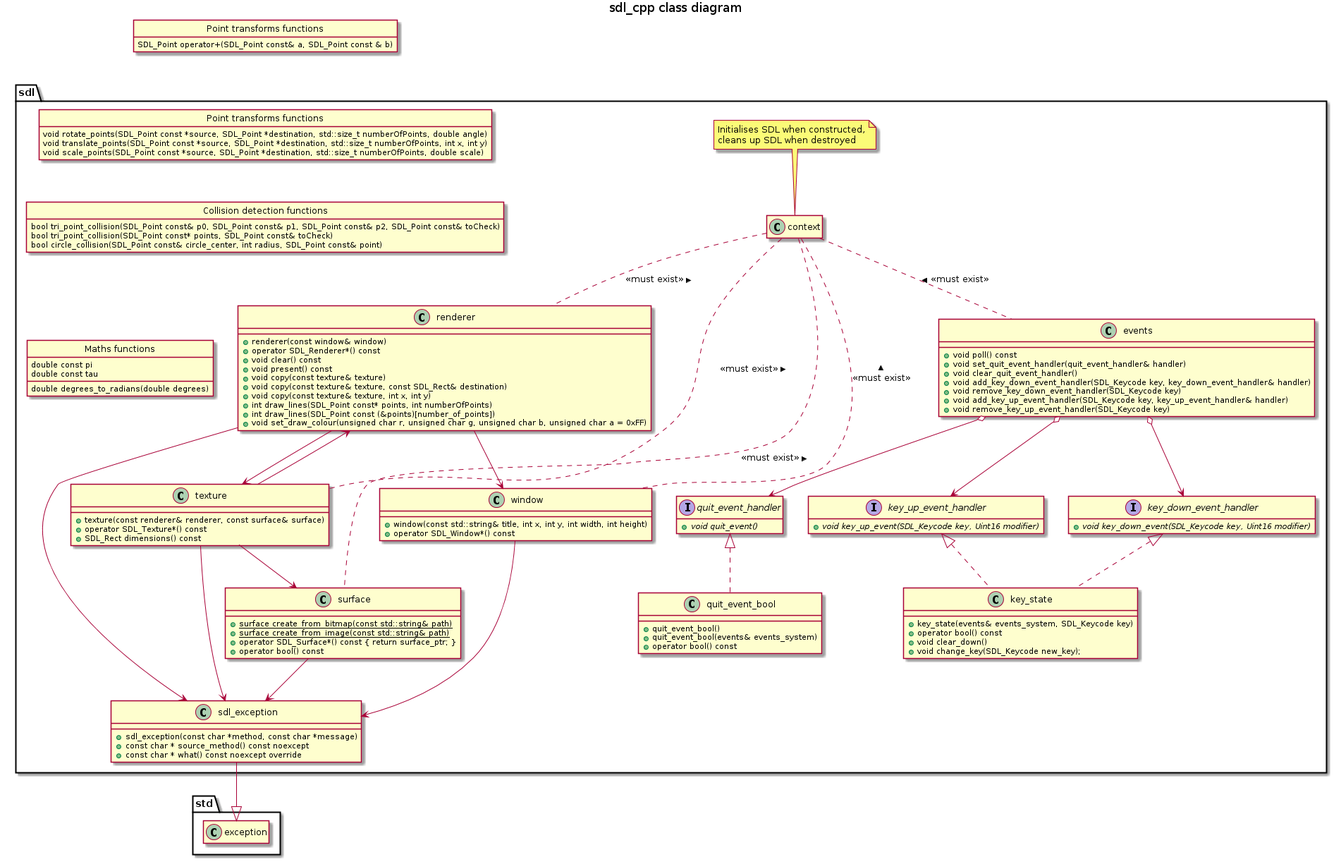
Above: sdl_cpp-class-diagram.png in hiddeninplainsight/sdl_cpp_wrapper (PlantUML), before the change.
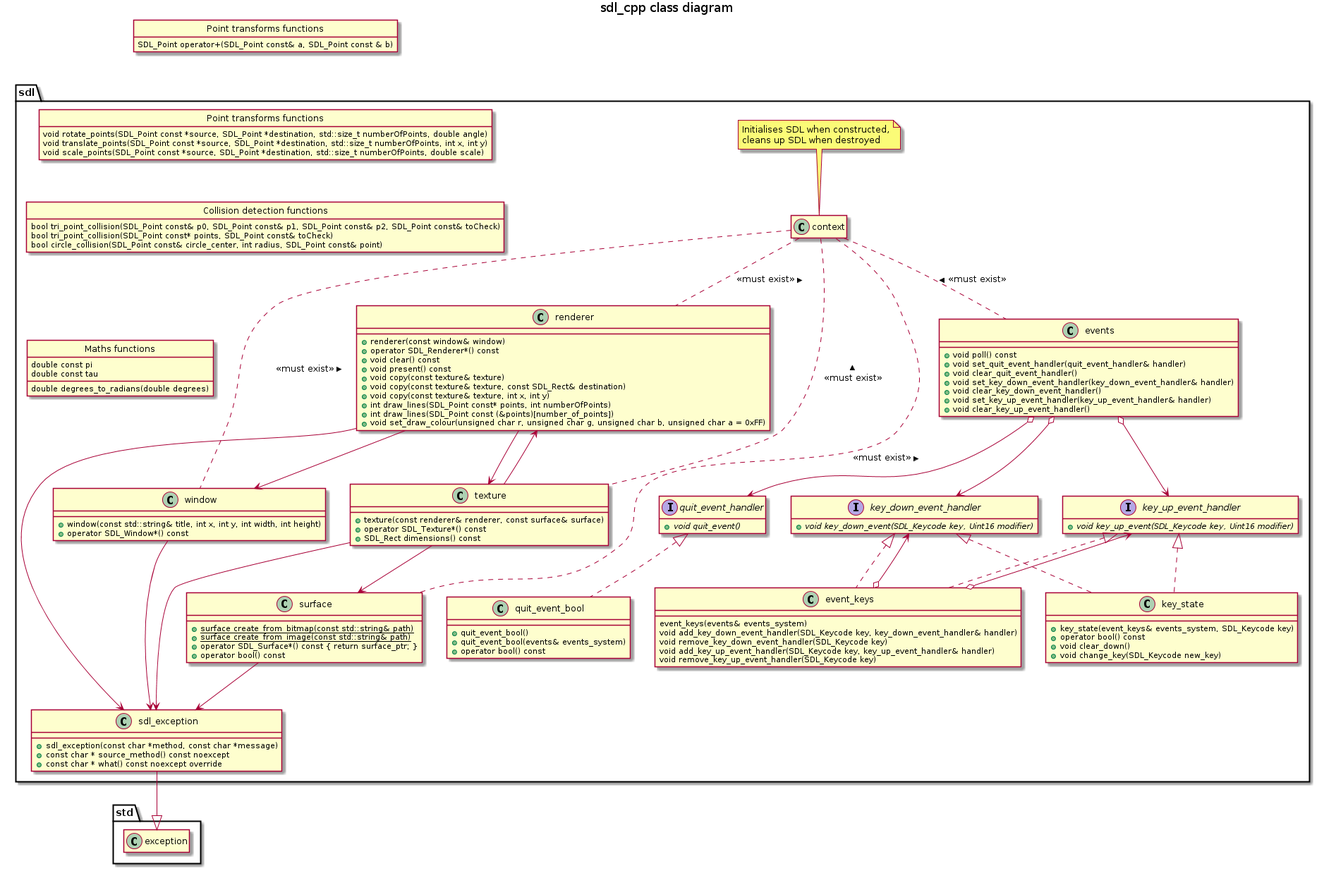
Above is the later version.

Commit message:
Split individual key events from main event system into its own class

What changed in the source:
```diff
@@ -31,17 +31,6 @@
     }
 }
 namespace sdl {
-    class key_state {
-        + key_state(events& events_system, SDL_Keycode key)
-        + operator bool() const
-        + void clear_down()
-        + void change_key(SDL_Keycode new_key);
-    }
-
-    key_down_event_handler <|.. key_state
-    key_up_event_handler <|.. key_state
-}
-namespace sdl {
     class quit_event_bool {
         + quit_event_bool()
         + quit_event_bool(events& events_system)
@@ -51,14 +40,29 @@
     quit_event_handler <|.. quit_event_bool
 }
 namespace sdl {
+    class event_keys {
+        event_keys(events& events_system)
+        void add_key_down_event_handler(SDL_Keycode key, key_down_event_handler& handler)
+        void remove_key_down_event_handler(SDL_Keycode key)
+        void add_key_up_event_handler(SDL_Keycode key, key_up_event_handler& handler)
+        void remove_key_up_event_handler(SDL_Keycode key)
+    }
+
+    key_down_event_handler <|.. event_keys
+    key_up_event_handler <|.. event_keys
+
+    key_down_event_handler <--o event_keys
+    key_up_event_handler <--o event_keys
+}
+namespace sdl {
     class events {
         + void poll() const
         + void set_quit_event_handler(quit_event_handler& handler)
         + void clear_quit_event_handler()
-        + void add_key_down_event_handler(SDL_Keycode key, key_down_event_handler& handler)
-        + void remove_key_down_event_handler(SDL_Keycode key)
-        + void add_key_up_event_handler(SDL_Keycode key, key_up_event_handler& handler)
-        + void remove_key_up_event_handler(SDL_Keycode key)
+        + void set_key_down_event_handler(key_down_event_handler& handler)
+        + void clear_key_down_event_handler()
+        + void set_key_up_event_handler(key_up_event_handler& handler)
+        + void clear_key_up_event_handler()
     }
 
     interface quit_event_handler {
@@ -91,6 +95,17 @@
 namespace std {
     hide exception methods
     hide exception fields
+}
+namespace sdl {
+    class key_state {
+        + key_state(event_keys& events_system, SDL_Keycode key)
+        + operator bool() const
+        + void clear_down()
+        + void change_key(SDL_Keycode new_key)
+    }
+
+    key_down_event_handler <|.. key_state
+    key_up_event_handler <|.. key_state
 }
 namespace sdl {
     class "Maths functions" as maths <<global>> {
```
